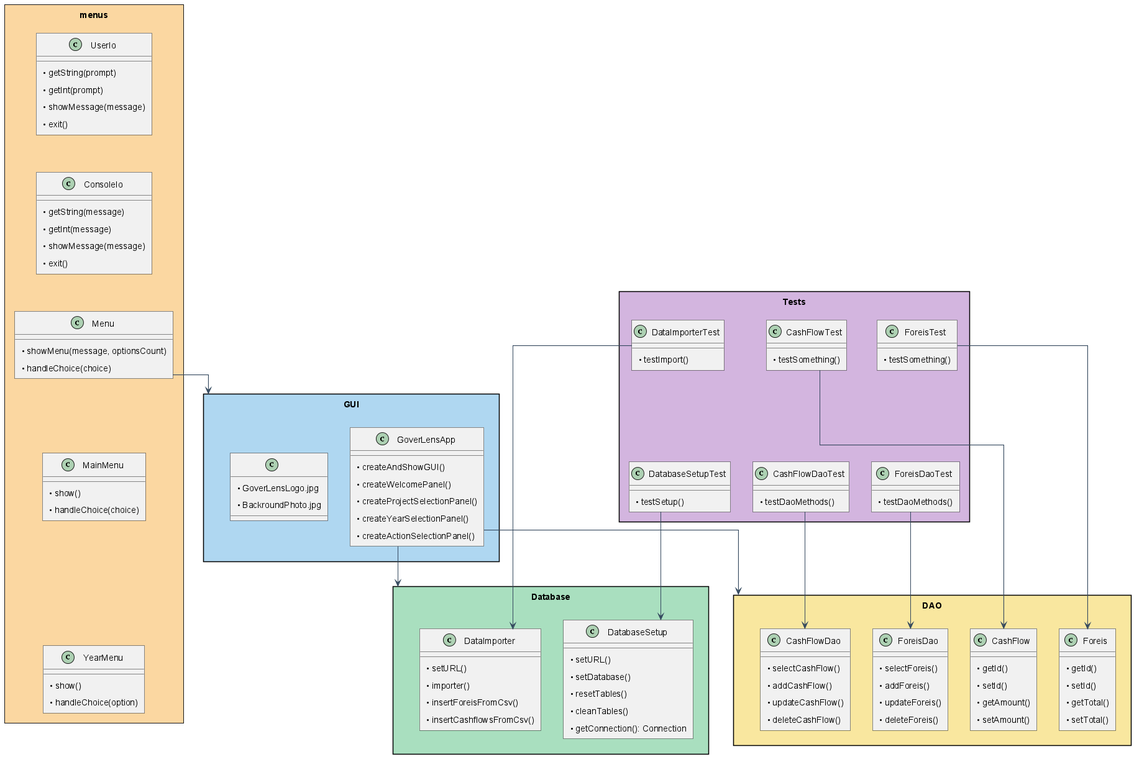
The PlantUML diagram project_diagram.png in FilothodorosChristos/404_NOT_FOUND, before a commit.
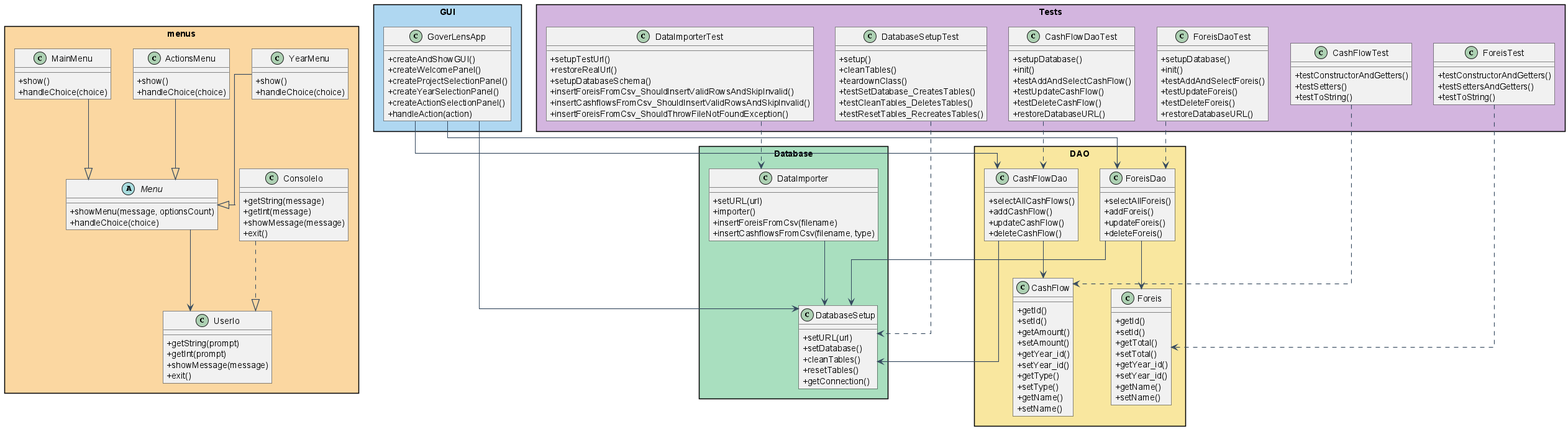
The same diagram one commit later.

Change to the diagram source:
```diff
@@ -4,146 +4,196 @@
 skinparam shadowing false
 skinparam ArrowColor #34495E
 skinparam ArrowThickness 1.2
-skinparam classFontSize 16
+skinparam classFontSize 14
 skinparam defaultFontSize 14
 skinparam classAttributeIconSize 0
 skinparam tightVSpacing true
 skinparam linetype ortho
 
-skinparam padding 1
-skinparam packagePadding 1
-skinparam packageMargin 1
-rectangle "menus" #FAD7A0 {
+package "menus" #FAD7A0 {
+
     class UserIo {
-        • getString(prompt)
-        • getInt(prompt)
-        • showMessage(message)
-        • exit()
-    }
-    class ConsoleIo {
-        • getString(message)
-        • getInt(message)
-        • showMessage(message)
-        • exit()
-    }
-    class Menu {
-        • showMenu(message, optionsCount)
-        • handleChoice(choice)
-    }
-    class MainMenu {
-        • show()
-        • handleChoice(choice)
-    }
-    class YearMenu {
-        • show()
-        • handleChoice(option)
+        + getString(prompt)
+        + getInt(prompt)
+        + showMessage(message)
+        + exit()
     }
 
-    UserIo -[hidden]-> ConsoleIo
-    ConsoleIo -[hidden]-> Menu
-    Menu -[hidden]-> MainMenu
-    MainMenu -[hidden]-> YearMenu
+    class ConsoleIo {
+        + getString(message)
+        + getInt(message)
+        + showMessage(message)
+        + exit()
+    }
+
+    ConsoleIo ..|> UserIo
+
+    abstract class Menu {
+        + showMenu(message, optionsCount)
+        + handleChoice(choice)
+    }
+
+    class MainMenu {
+        + show()
+        + handleChoice(choice)
+    }
+
+    class YearMenu {
+        + show()
+        + handleChoice(choice)
+    }
+
+    class ActionsMenu {
+        + show()
+        + handleChoice(choice)
+    }
+
+    MainMenu --|> Menu
+    YearMenu --|> Menu
+    ActionsMenu --|> Menu
 }
 
-skinparam padding 5
-skinparam packagePadding 10
-skinparam packageMargin 10
 package "GUI" #AED6F1 {
+    skinparam classPadding 20
+    skinparam classFontSize 14
+
     class GoverLensApp {
-        • createAndShowGUI()
-        • createWelcomePanel()
-        • createProjectSelectionPanel()
-        • createYearSelectionPanel()
-        • createActionSelectionPanel()
-    }
-
-    class ImagePanelHelper as " " {
-        • GoverLensLogo.jpg
-        • BackroundPhoto.jpg
+        + createAndShowGUI()
+        + createWelcomePanel()
+        + createProjectSelectionPanel()
+        + createYearSelectionPanel()
+        + createActionSelectionPanel()
+        + handleAction(action)
     }
 }
 
 package "DAO" #F9E79F {
+
     class CashFlow {
-        • getId()
-        • setId()
-        • getAmount()
-        • setAmount()
+        + getId()
+        + setId()
+        + getAmount()
+        + setAmount()
+        + getYear_id()
+        + setYear_id()
+        + getType()
+        + setType()
+        + getName()
+        + setName()
     }
 
     class CashFlowDao {
-        • selectCashFlow()
-        • addCashFlow()
-        • updateCashFlow()
-        • deleteCashFlow()
+        + selectAllCashFlows()
+        + addCashFlow()
+        + updateCashFlow()
+        + deleteCashFlow()
     }
 
     class Foreis {
-        • getId()
-        • setId()
-        • getTotal()
-        • setTotal()
+        + getId()
+        + setId()
+        + getTotal()
+        + setTotal()
+        + getYear_id()
+        + setYear_id()
+        + getName()
+        + setName()
     }
 
     class ForeisDao {
-        • selectForeis()
-        • addForeis()
-        • updateForeis()
-        • deleteForeis()
+        + selectAllForeis()
+        + addForeis()
+        + updateForeis()
+        + deleteForeis()
     }
+
+    CashFlowDao --> CashFlow
+    ForeisDao --> Foreis
 }
 
 package "Database" #A9DFBF {
+
     class DatabaseSetup {
-        • setURL()
-        • setDatabase()
-        • resetTables()
-        • cleanTables()
-        • getConnection(): Connection
+        + setURL(url)
+        + setDatabase()
+        + cleanTables()
+        + resetTables()
+        + getConnection()
     }
 
     class DataImporter {
-        • setURL()
-        • importer()
-        • insertForeisFromCsv()
-        • insertCashflowsFromCsv()
+        + setURL(url)
+        + importer()
+        + insertForeisFromCsv(filename)
+        + insertCashflowsFromCsv(filename, type)
     }
+
+    CashFlowDao --> DatabaseSetup
+    ForeisDao --> DatabaseSetup
+    DataImporter --> DatabaseSetup
 }
 
 package "Tests" #D2B4DE {
+
     class CashFlowTest {
-        • testSomething()
+        + testConstructorAndGetters()
+        + testSetters()
+        + testToString()
     }
+
     class CashFlowDaoTest {
-        • testDaoMethods()
+        + setupDatabase()
+        + init()
+        + testAddAndSelectCashFlow()
+        + testUpdateCashFlow()
+        + testDeleteCashFlow()
+        + restoreDatabaseURL()
     }
+
     class ForeisTest {
-        • testSomething()
+        + testConstructorAndGetters()
+        + testSettersAndGetters()
+        + testToString()
     }
+
     class ForeisDaoTest {
-        • testDaoMethods()
+        + setupDatabase()
+        + init()
+        + testAddAndSelectForeis()
+        + testUpdateForeis()
+        + testDeleteForeis()
+        + restoreDatabaseURL()
     }
+
     class DataImporterTest {
-        • testImport()
+        + setupTestUrl()
+        + restoreRealUrl()
+        + setupDatabaseSchema()
+        + insertForeisFromCsv_ShouldInsertValidRowsAndSkipInvalid()
+        + insertCashflowsFromCsv_ShouldInsertValidRowsAndSkipInvalid()
+        + insertForeisFromCsv_ShouldThrowFileNotFoundException()
     }
+
     class DatabaseSetupTest {
-        • testSetup()
+        + setup()
+        + cleanTables()
+        + teardownClass()
+        + testSetDatabase_CreatesTables()
+        + testCleanTables_DeletesTables()
+        + testResetTables_RecreatesTables()
     }
+
+    CashFlowTest ..> CashFlow
+    CashFlowDaoTest ..> CashFlowDao
+    ForeisTest ..> Foreis
+    ForeisDaoTest ..> ForeisDao
+    DataImporterTest ..> DataImporter
+    DatabaseSetupTest ..> DatabaseSetup
 }
 
-CashFlowTest -[hidden]-> CashFlowDaoTest
-ForeisTest -[hidden]-> ForeisDaoTest
-DataImporterTest -[hidden]-> DatabaseSetupTest
-
-Menu --> GUI
-GoverLensApp --> DAO
-GoverLensApp --> Database
-
-CashFlowTest --> CashFlow
-CashFlowDaoTest --> CashFlowDao
-ForeisTest --> Foreis
-ForeisDaoTest --> ForeisDao
-DataImporterTest --> DataImporter
-DatabaseSetupTest --> DatabaseSetup
+Menu --> UserIo
+GoverLensApp --> CashFlowDao
+GoverLensApp --> ForeisDao
+GoverLensApp --> DatabaseSetup
 
 @enduml
```
